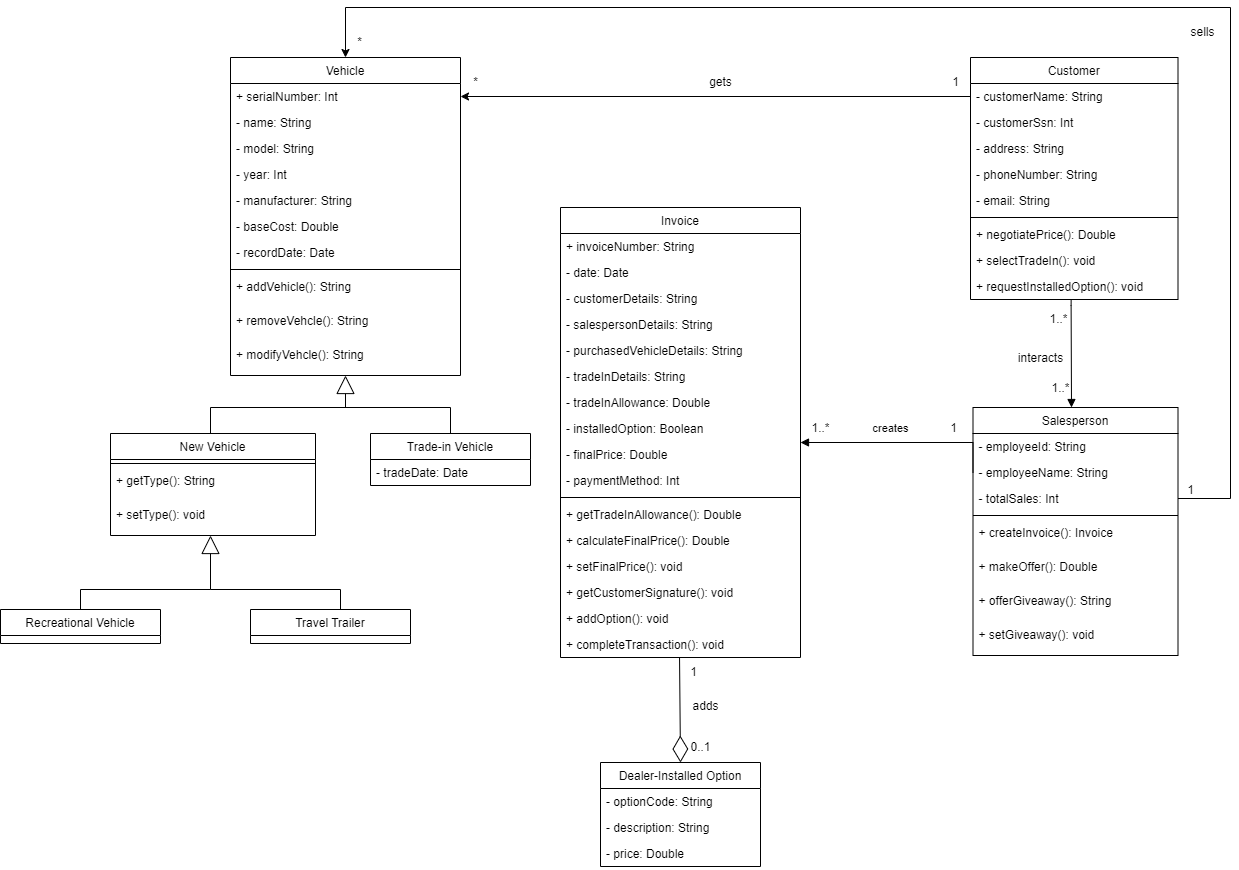
LarryChenCode/IS7020_diagrams keeps this draw.io diagram as holiday_travel_vehicles.drawio.png. Above is the earlier version. Source tidied: cells renumbered, new cells last; positions are measured from the earlier drawing's top-left corner, leaving out a move shared by most shapes.
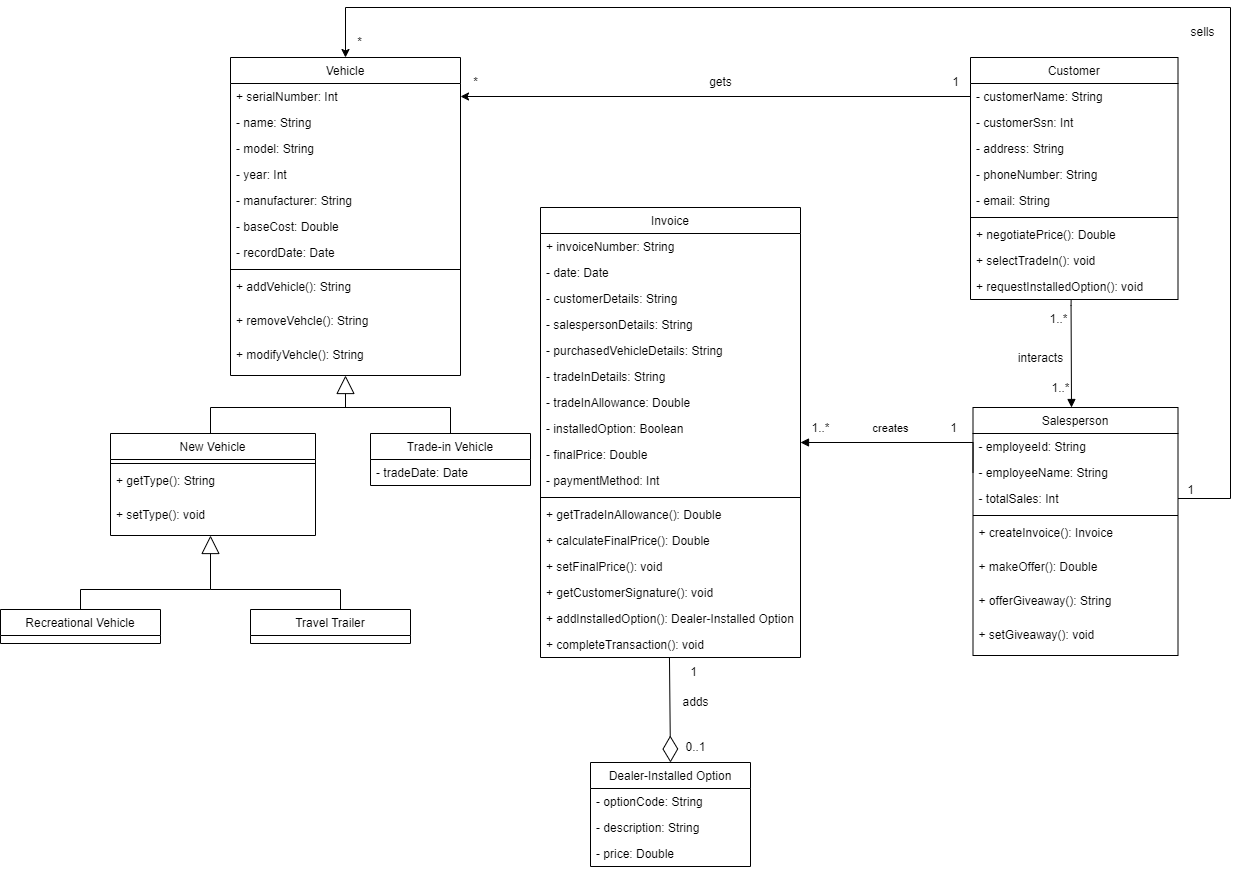
The same diagram one commit later.

The edit, as a diff of the source:
```diff
@@ -75,58 +75,58 @@
       <mxGeometry y="214" width="205" height="34" as="geometry" />
     </mxCell>
     <mxCell id="24" value="Invoice" style="swimlane;fontStyle=0;align=center;verticalAlign=top;horizontal=1;startSize=26;rounded=0;shadow=0;strokeWidth=1;" parent="1" vertex="1">
-      <mxGeometry x="560" y="200" width="240" height="450" as="geometry" />
+      <mxGeometry x="540" y="200" width="260" height="450" as="geometry" />
     </mxCell>
     <mxCell id="25" value="+ invoiceNumber: String" style="text;align=left;verticalAlign=top;spacingLeft=4;spacingRight=4;overflow=hidden;" parent="24" vertex="1">
-      <mxGeometry y="26" width="240" height="26" as="geometry" />
+      <mxGeometry y="26" width="260" height="26" as="geometry" />
     </mxCell>
     <mxCell id="26" value="- date: Date" style="text;align=left;verticalAlign=top;spacingLeft=4;spacingRight=4;overflow=hidden;" parent="24" vertex="1">
-      <mxGeometry y="52" width="240" height="26" as="geometry" />
+      <mxGeometry y="52" width="260" height="26" as="geometry" />
     </mxCell>
     <mxCell id="27" value="- customerDetails: String" style="text;align=left;verticalAlign=top;spacingLeft=4;spacingRight=4;overflow=hidden;" parent="24" vertex="1">
-      <mxGeometry y="78" width="240" height="26" as="geometry" />
+      <mxGeometry y="78" width="260" height="26" as="geometry" />
     </mxCell>
     <mxCell id="28" value="- salespersonDetails: String" style="text;align=left;verticalAlign=top;spacingLeft=4;spacingRight=4;overflow=hidden;" parent="24" vertex="1">
-      <mxGeometry y="104" width="240" height="26" as="geometry" />
+      <mxGeometry y="104" width="260" height="26" as="geometry" />
     </mxCell>
     <mxCell id="29" value="- purchasedVehicleDetails: String" style="text;align=left;verticalAlign=top;spacingLeft=4;spacingRight=4;overflow=hidden;" parent="24" vertex="1">
-      <mxGeometry y="130" width="240" height="26" as="geometry" />
+      <mxGeometry y="130" width="260" height="26" as="geometry" />
     </mxCell>
     <mxCell id="30" value="- tradeInDetails: String" style="text;align=left;verticalAlign=top;spacingLeft=4;spacingRight=4;overflow=hidden;" parent="24" vertex="1">
-      <mxGeometry y="156" width="240" height="26" as="geometry" />
+      <mxGeometry y="156" width="260" height="26" as="geometry" />
     </mxCell>
     <mxCell id="31" value="- tradeInAllowance: Double" style="text;align=left;verticalAlign=top;spacingLeft=4;spacingRight=4;overflow=hidden;" parent="24" vertex="1">
-      <mxGeometry y="182" width="240" height="26" as="geometry" />
+      <mxGeometry y="182" width="260" height="26" as="geometry" />
     </mxCell>
     <mxCell id="32" value="- installedOption: Boolean" style="text;align=left;verticalAlign=top;spacingLeft=4;spacingRight=4;overflow=hidden;" parent="24" vertex="1">
-      <mxGeometry y="208" width="240" height="26" as="geometry" />
+      <mxGeometry y="208" width="260" height="26" as="geometry" />
     </mxCell>
     <mxCell id="33" value="- finalPrice: Double" style="text;align=left;verticalAlign=top;spacingLeft=4;spacingRight=4;overflow=hidden;" parent="24" vertex="1">
-      <mxGeometry y="234" width="240" height="26" as="geometry" />
+      <mxGeometry y="234" width="260" height="26" as="geometry" />
     </mxCell>
     <mxCell id="34" value="- paymentMethod: Int" style="text;align=left;verticalAlign=top;spacingLeft=4;spacingRight=4;overflow=hidden;" parent="24" vertex="1">
-      <mxGeometry y="260" width="240" height="26" as="geometry" />
+      <mxGeometry y="260" width="260" height="26" as="geometry" />
     </mxCell>
     <mxCell id="35" style="line;html=1;strokeWidth=1;align=left;verticalAlign=middle;spacingTop=-1;spacingLeft=3;spacingRight=3;labelPosition=right;" parent="24" vertex="1">
-      <mxGeometry y="286" width="240" height="8" as="geometry" />
+      <mxGeometry y="286" width="260" height="8" as="geometry" />
     </mxCell>
     <mxCell id="36" value="+ getTradeInAllowance(): Double" style="text;align=left;verticalAlign=top;spacingLeft=4;spacingRight=4;overflow=hidden;" parent="24" vertex="1">
-      <mxGeometry y="294" width="240" height="26" as="geometry" />
+      <mxGeometry y="294" width="260" height="26" as="geometry" />
     </mxCell>
     <mxCell id="37" value="+ calculateFinalPrice(): Double" style="text;align=left;verticalAlign=top;spacingLeft=4;spacingRight=4;overflow=hidden;" parent="24" vertex="1">
-      <mxGeometry y="320" width="240" height="26" as="geometry" />
+      <mxGeometry y="320" width="260" height="26" as="geometry" />
     </mxCell>
     <mxCell id="38" value="+ setFinalPrice(): void" style="text;align=left;verticalAlign=top;spacingLeft=4;spacingRight=4;overflow=hidden;" parent="24" vertex="1">
-      <mxGeometry y="346" width="240" height="26" as="geometry" />
+      <mxGeometry y="346" width="260" height="26" as="geometry" />
     </mxCell>
     <mxCell id="39" value="+ getCustomerSignature(): void" style="text;align=left;verticalAlign=top;spacingLeft=4;spacingRight=4;overflow=hidden;" parent="24" vertex="1">
-      <mxGeometry y="372" width="240" height="26" as="geometry" />
+      <mxGeometry y="372" width="260" height="26" as="geometry" />
     </mxCell>
-    <mxCell id="40" value="+ addOption(): void" style="text;align=left;verticalAlign=top;spacingLeft=4;spacingRight=4;overflow=hidden;" parent="24" vertex="1">
-      <mxGeometry y="398" width="240" height="26" as="geometry" />
+    <mxCell id="40" value="+ addInstalledOption(): Dealer-Installed Option" style="text;align=left;verticalAlign=top;spacingLeft=4;spacingRight=4;overflow=hidden;" parent="24" vertex="1">
+      <mxGeometry y="398" width="260" height="26" as="geometry" />
     </mxCell>
     <mxCell id="41" value="+ completeTransaction(): void" style="text;align=left;verticalAlign=top;spacingLeft=4;spacingRight=4;overflow=hidden;points=[[0,0.5],[1,0.5]];portConstraint=eastwest;" parent="24" vertex="1">
-      <mxGeometry y="424" width="240" height="26" as="geometry" />
+      <mxGeometry y="424" width="260" height="26" as="geometry" />
     </mxCell>
     <mxCell id="42" style="edgeStyle=orthogonalEdgeStyle;rounded=0;jettySize=auto;html=1;entryX=1;entryY=0.5;entryDx=0;entryDy=0;exitX=0;exitY=0.5;exitDx=0;exitDy=0;" parent="1" edge="1" source="44" target="3">
       <mxGeometry relative="1" as="geometry">
@@ -166,7 +166,7 @@
       <mxGeometry y="216" width="207.5" height="26" as="geometry" />
     </mxCell>
     <mxCell id="53" value="Dealer-Installed Option" style="swimlane;fontStyle=0;align=center;verticalAlign=top;horizontal=1;startSize=26;rounded=0;shadow=0;strokeWidth=1;" parent="1" vertex="1">
-      <mxGeometry x="600" y="755" width="160" height="104" as="geometry" />
+      <mxGeometry x="590" y="755" width="160" height="104" as="geometry" />
     </mxCell>
     <mxCell id="54" value="- optionCode: String" style="text;align=left;verticalAlign=top;spacingLeft=4;spacingRight=4;overflow=hidden;" parent="53" vertex="1">
       <mxGeometry y="26" width="160" height="26" as="geometry" />
@@ -275,10 +275,10 @@
       <mxGeometry x="678" y="650" width="30" height="30" as="geometry" />
     </mxCell>
     <mxCell id="77" value="0..1" style="text;html=1;align=center;verticalAlign=middle;strokeColor=none;fillColor=none;" parent="1" vertex="1">
-      <mxGeometry x="680" y="725" width="40" height="30" as="geometry" />
+      <mxGeometry x="675" y="725" width="40" height="30" as="geometry" />
     </mxCell>
     <mxCell id="78" value="adds" style="text;html=1;align=center;verticalAlign=middle;strokeColor=none;fillColor=none;" parent="1" vertex="1">
-      <mxGeometry x="680" y="684" width="50" height="30" as="geometry" />
+      <mxGeometry x="670" y="680" width="50" height="30" as="geometry" />
     </mxCell>
     <mxCell id="79" value="*" style="text;html=1;align=center;verticalAlign=middle;strokeColor=none;fillColor=none;" parent="1" vertex="1">
       <mxGeometry x="460" y="60" width="30" height="30" as="geometry" />
```
